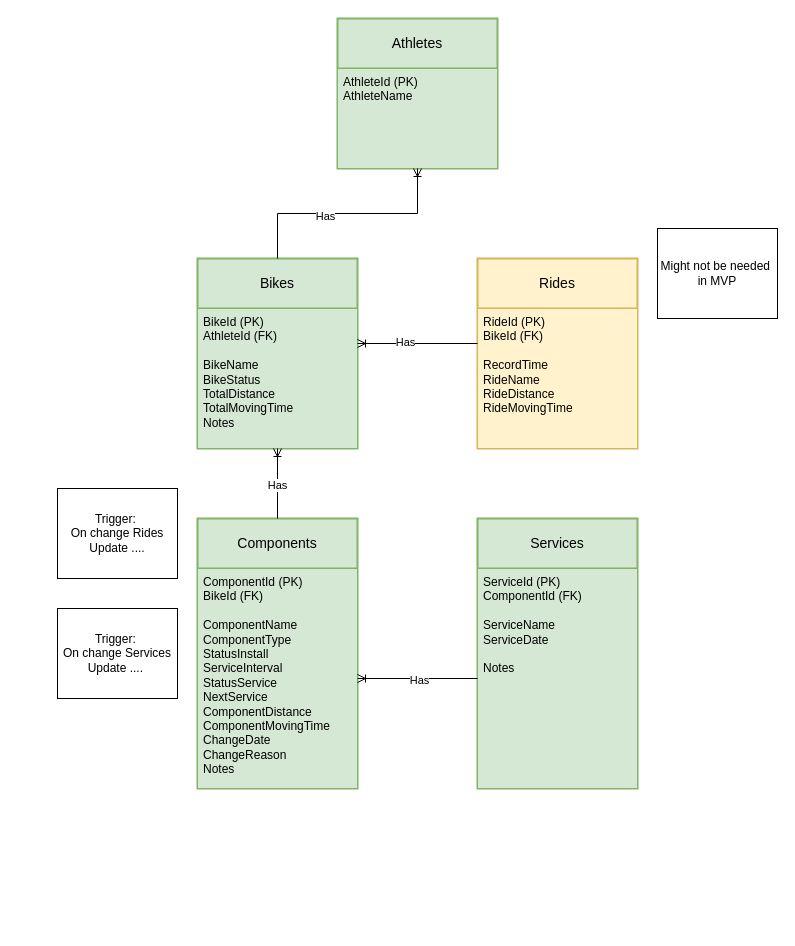
This is page "ER diagram" (1 of 2) of docs/erd_complete.drawio from xivind/velo-supervisor-2000, a draw.io file, before an edit. Source tidied: cells renumbered, new cells numbered last; positions are measured from the earlier drawing's top-left corner, leaving out a move shared by most shapes. Both pictures are drawn from the tidied source at 100%, with x=0, y=0 at pixel (57, 18).
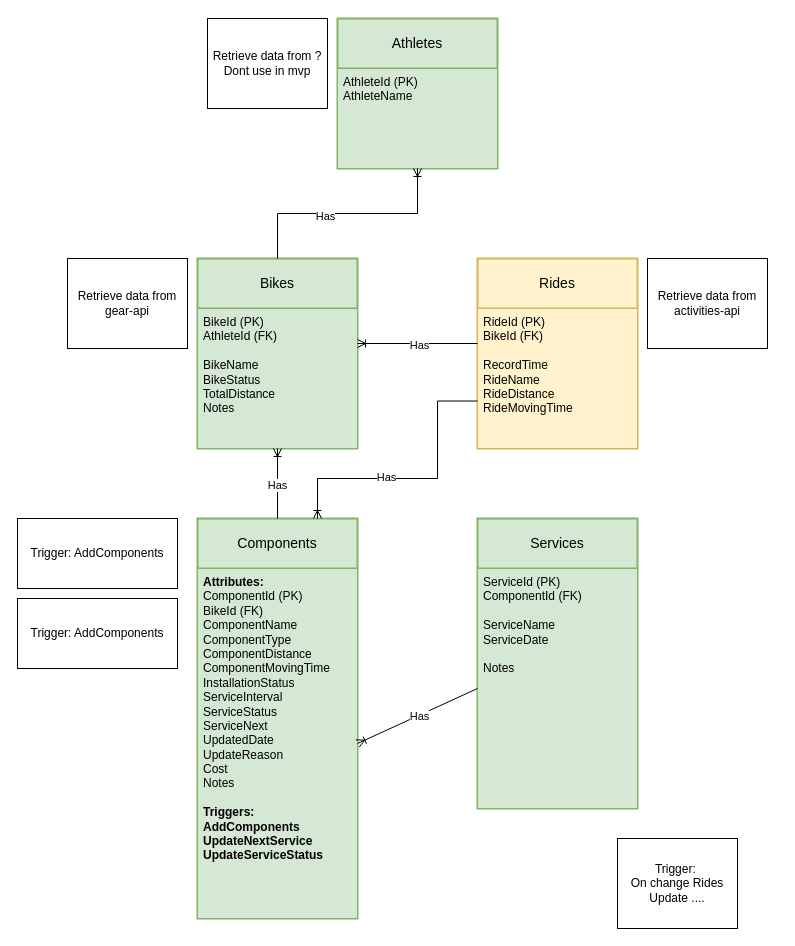
The same page after the edit.

Commit message:
New attribute names

Unchanged cells that the change refers to:
```xml
<mxCell id="4" value="Rides" style="swimlane;horizontal=1;startSize=50;rounded=1;fontSize=14;fontStyle=0;strokeWidth=2;shadow=0;dashed=0;align=center;arcSize=0;whiteSpace=wrap;html=1;fillColor=#fff2cc;strokeColor=#d6b656;" parent="1" vertex="1">
  <mxGeometry x="420" y="240" width="160" height="190" as="geometry" />
</mxCell>
<mxCell id="5" value="RideId (PK)&lt;div&gt;BikeId (FK)&lt;br&gt;&lt;/div&gt;&lt;div&gt;&lt;br&gt;&lt;/div&gt;&lt;div&gt;&lt;span style=&quot;background-color: initial;&quot;&gt;RecordTime&lt;/span&gt;&lt;br&gt;&lt;/div&gt;&lt;div&gt;RideName&lt;/div&gt;&lt;div&gt;&lt;span style=&quot;background-color: initial;&quot;&gt;RideDistance&lt;/span&gt;&lt;br&gt;&lt;/div&gt;&lt;div&gt;RideMovingTime&lt;br&gt;&lt;br&gt;&lt;/div&gt;" style="align=left;strokeColor=#d6b656;fillColor=#fff2cc;spacingLeft=4;fontSize=12;verticalAlign=top;html=1;" parent="4" vertex="1">
  <mxGeometry y="50" width="160" height="140" as="geometry" />
</mxCell>
<mxCell id="6" value="Bikes" style="swimlane;horizontal=1;startSize=50;rounded=1;fontSize=14;fontStyle=0;strokeWidth=2;shadow=0;dashed=0;align=center;arcSize=0;whiteSpace=wrap;html=1;fillColor=#d5e8d4;strokeColor=#82b366;" parent="1" vertex="1">
  <mxGeometry x="140" y="240" width="160" height="190" as="geometry" />
</mxCell>
```

Diff of the diagram source:
```diff
@@
-    <mxCell id="7" value="BikeId (PK)&lt;div&gt;AthleteId (FK)&lt;/div&gt;&lt;div&gt;&lt;br&gt;&lt;/div&gt;&lt;div&gt;BikeName&lt;/div&gt;&lt;div&gt;BikeStatus&lt;br&gt;&lt;div&gt;TotalDistance&lt;/div&gt;&lt;div&gt;TotalMovingTime&lt;/div&gt;&lt;div&gt;Notes&lt;/div&gt;&lt;/div&gt;" style="align=left;strokeColor=#82b366;fillColor=#d5e8d4;spacingLeft=4;fontSize=12;verticalAlign=top;html=1;" parent="6" vertex="1">
+    <mxCell id="7" value="BikeId (PK)&lt;div&gt;AthleteId (FK)&lt;/div&gt;&lt;div&gt;&lt;br&gt;&lt;/div&gt;&lt;div&gt;BikeName&lt;/div&gt;&lt;div&gt;BikeStatus&lt;br&gt;&lt;div&gt;TotalDistance&lt;/div&gt;&lt;div&gt;Notes&lt;/div&gt;&lt;/div&gt;" style="align=left;strokeColor=#82b366;fillColor=#d5e8d4;spacingLeft=4;fontSize=12;verticalAlign=top;html=1;" parent="6" vertex="1">
       <mxGeometry y="50" width="160" height="140" as="geometry" />
     </mxCell>
     <mxCell id="8" value="Components" style="swimlane;horizontal=1;startSize=50;rounded=1;fontSize=14;fontStyle=0;strokeWidth=2;shadow=0;dashed=0;align=center;arcSize=0;whiteSpace=wrap;html=1;fillColor=#d5e8d4;strokeColor=#82b366;" parent="1" vertex="1">
-      <mxGeometry x="140" y="500" width="160" height="270" as="geometry" />
+      <mxGeometry x="140" y="500" width="160" height="400" as="geometry" />
     </mxCell>
-    <mxCell id="9" value="&lt;div&gt;ComponentId (PK)&lt;/div&gt;&lt;div&gt;BikeId (FK)&lt;/div&gt;&lt;div&gt;&lt;br&gt;&lt;/div&gt;ComponentName&lt;div&gt;ComponentType&lt;/div&gt;&lt;div&gt;StatusInstall&lt;/div&gt;&lt;div&gt;ServiceInterval&lt;/div&gt;&lt;div&gt;StatusService&lt;/div&gt;&lt;div&gt;NextService&lt;/div&gt;&lt;div&gt;&lt;span style=&quot;background-color: initial;&quot;&gt;ComponentDistance&lt;/span&gt;&lt;br&gt;&lt;/div&gt;&lt;div&gt;&lt;span style=&quot;background-color: initial;&quot;&gt;ComponentMovingTime&lt;/span&gt;&lt;/div&gt;&lt;div&gt;Change&lt;span style=&quot;background-color: initial;&quot;&gt;Date&lt;/span&gt;&lt;/div&gt;&lt;div&gt;ChangeReason&lt;/div&gt;&lt;div&gt;Notes&lt;/div&gt;" style="align=left;strokeColor=#82b366;fillColor=#d5e8d4;spacingLeft=4;fontSize=12;verticalAlign=top;html=1;" parent="8" vertex="1">
-      <mxGeometry y="50" width="160" height="220" as="geometry" />
+    <mxCell id="9" value="&lt;div&gt;&lt;span style=&quot;background-color: initial;&quot;&gt;&lt;b&gt;Attributes:&lt;/b&gt;&lt;/span&gt;&lt;/div&gt;&lt;div&gt;&lt;span style=&quot;background-color: initial;&quot;&gt;ComponentId (PK)&lt;/span&gt;&lt;br&gt;&lt;/div&gt;&lt;div&gt;BikeId (FK)&lt;/div&gt;ComponentName&lt;div&gt;ComponentType&lt;/div&gt;&lt;div&gt;ComponentDistance&lt;br&gt;&lt;/div&gt;&lt;div&gt;ComponentMovingTime&lt;br&gt;&lt;/div&gt;&lt;div&gt;InstallationStatus&lt;/div&gt;&lt;div&gt;ServiceInterval&lt;/div&gt;&lt;div&gt;ServiceStatus&lt;/div&gt;&lt;div&gt;ServiceNext&lt;/div&gt;&lt;div&gt;&lt;span style=&quot;background-color: initial;&quot;&gt;Updated&lt;/span&gt;&lt;span style=&quot;background-color: initial;&quot;&gt;Date&lt;/span&gt;&lt;br&gt;&lt;/div&gt;&lt;div&gt;UpdateReason&lt;/div&gt;&lt;div&gt;Cost&lt;/div&gt;&lt;div&gt;Notes&lt;/div&gt;&lt;div&gt;&lt;br&gt;&lt;/div&gt;&lt;div&gt;&lt;b&gt;Triggers:&lt;/b&gt;&lt;/div&gt;&lt;div&gt;&lt;b&gt;AddComponents&lt;/b&gt;&lt;/div&gt;&lt;div&gt;&lt;b&gt;UpdateNextService&lt;/b&gt;&lt;/div&gt;&lt;div&gt;&lt;b&gt;UpdateServiceStatus&lt;/b&gt;&lt;/div&gt;" style="align=left;strokeColor=#82b366;fillColor=#d5e8d4;spacingLeft=4;fontSize=12;verticalAlign=top;html=1;" parent="8" vertex="1">
+      <mxGeometry y="50" width="160" height="350" as="geometry" />
     </mxCell>
     <mxCell id="10" value="Services" style="swimlane;horizontal=1;startSize=50;rounded=1;fontSize=14;fontStyle=0;strokeWidth=2;shadow=0;dashed=0;align=center;arcSize=0;whiteSpace=wrap;html=1;fillColor=#d5e8d4;strokeColor=#82b366;" parent="1" vertex="1">
-      <mxGeometry x="420" y="500" width="160" height="270" as="geometry" />
+      <mxGeometry x="420" y="500" width="160" height="290" as="geometry" />
     </mxCell>
     <mxCell id="11" value="&lt;div&gt;ServiceId (PK)&lt;/div&gt;&lt;div&gt;ComponentId (FK)&lt;/div&gt;&lt;div&gt;&lt;br&gt;&lt;/div&gt;&lt;div&gt;ServiceName&lt;/div&gt;ServiceDate&lt;div&gt;&lt;br&gt;&lt;/div&gt;&lt;div&gt;Notes&lt;/div&gt;" style="align=left;strokeColor=#82b366;fillColor=#d5e8d4;spacingLeft=4;fontSize=12;verticalAlign=top;html=1;" parent="10" vertex="1">
-      <mxGeometry y="50" width="160" height="220" as="geometry" />
+      <mxGeometry y="50" width="160" height="240" as="geometry" />
     </mxCell>
-    <mxCell id="12" style="fontSize=12;html=1;endArrow=ERoneToMany;rounded=0;entryX=1;entryY=0.25;entryDx=0;entryDy=0;exitX=0;exitY=0.25;exitDx=0;exitDy=0;" parent="1" edge="1" source="5" target="7">
-      <mxGeometry relative="1" as="geometry" />
+    <mxCell id="12" style="fontSize=12;html=1;endArrow=ERoneToMany;rounded=0;exitX=0;exitY=0.75;exitDx=0;exitDy=0;edgeStyle=orthogonalEdgeStyle;entryX=0.75;entryY=0;entryDx=0;entryDy=0;" parent="1" edge="1" source="4" target="8">
+      <mxGeometry relative="1" as="geometry">
+        <Array as="points">
+          <mxPoint x="380" y="383" />
+          <mxPoint x="380" y="460" />
+          <mxPoint x="260" y="460" />
+        </Array>
+      </mxGeometry>
     </mxCell>
@@
     <mxCell id="20" value="Trigger:&amp;nbsp;&lt;div&gt;On change Rides Update ....&lt;/div&gt;" style="whiteSpace=wrap;html=1;" parent="1" vertex="1">
-      <mxGeometry y="470" width="120" height="90" as="geometry" />
+      <mxGeometry x="560" y="820" width="120" height="90" as="geometry" />
     </mxCell>
-    <mxCell id="21" value="Trigger:&amp;nbsp;&lt;div&gt;On change Services Update ....&amp;nbsp;&lt;/div&gt;" style="whiteSpace=wrap;html=1;" parent="1" vertex="1">
-      <mxGeometry y="590" width="120" height="90" as="geometry" />
+    <mxCell id="21" value="Trigger: AddComponents" style="whiteSpace=wrap;html=1;" parent="1" vertex="1">
+      <mxGeometry x="-40" y="500" width="160" height="70" as="geometry" />
     </mxCell>
-    <mxCell id="22" value="Might not be needed&amp;nbsp; in MVP" style="whiteSpace=wrap;html=1;" parent="1" vertex="1">
-      <mxGeometry x="600" y="210" width="120" height="90" as="geometry" />
+    <mxCell id="22" value="Retrieve data from activities-api" style="whiteSpace=wrap;html=1;" parent="1" vertex="1">
+      <mxGeometry x="590" y="240" width="120" height="90" as="geometry" />
     </mxCell>
+    <mxCell id="23" value="Retrieve data from gear-api" style="whiteSpace=wrap;html=1;" parent="1" vertex="1">
+      <mxGeometry x="10" y="240" width="120" height="90" as="geometry" />
+    </mxCell>
+    <mxCell id="24" style="fontSize=12;html=1;endArrow=ERoneToMany;rounded=0;exitX=0;exitY=0.25;exitDx=0;exitDy=0;" parent="1" edge="1" source="5">
+      <mxGeometry relative="1" as="geometry">
+        <mxPoint x="300" y="325" as="targetPoint" />
+      </mxGeometry>
+    </mxCell>
+    <mxCell id="25" value="Has" style="edgeLabel;html=1;align=center;verticalAlign=middle;" parent="24" vertex="1">
+      <mxGeometry x="-0.02" y="1" relative="1" as="geometry" />
+    </mxCell>
+    <mxCell id="26" value="Retrieve data from ?&lt;div&gt;Dont use in mvp&lt;/div&gt;" style="whiteSpace=wrap;html=1;" parent="1" vertex="1">
+      <mxGeometry x="150" width="120" height="90" as="geometry" />
+    </mxCell>
+    <mxCell id="27" value="Trigger: AddComponents" style="whiteSpace=wrap;html=1;" parent="1" vertex="1">
+      <mxGeometry x="-40" y="580" width="160" height="70" as="geometry" />
+    </mxCell>
```
